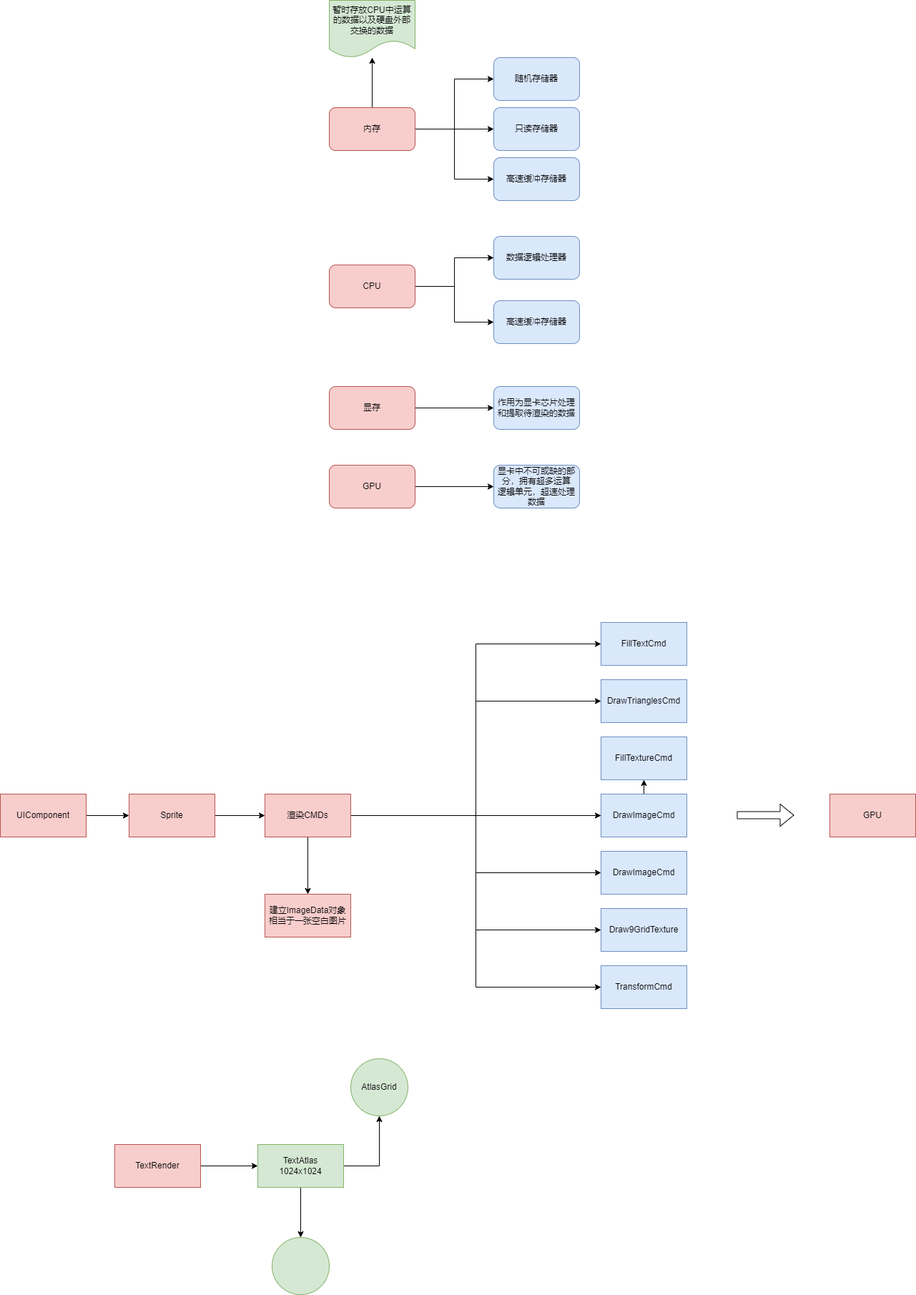
Above: 未命名绘图.drawio.png in nikeoboy/mahjong (draw.io), before the change. Source tidied: cells renumbered, new cells last; positions are measured from the earlier drawing's top-left corner, leaving out a move shared by most shapes.
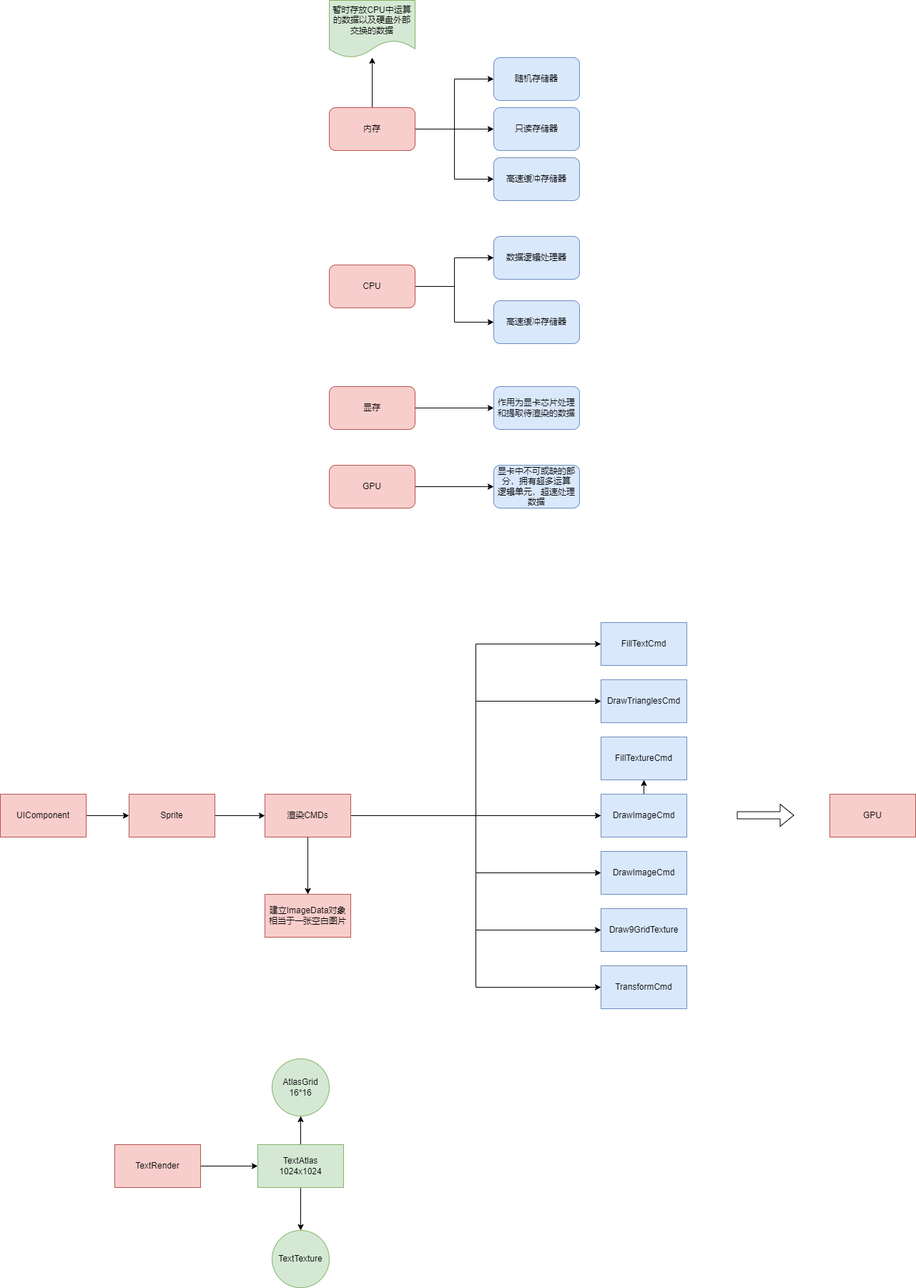
The same file after the commit.

Commit message:
更新未命名绘图.drawio.png

The edit, as a diff of the source:
```diff
@@ -149,11 +149,11 @@
     <mxCell id="49" value="TextAtlas&lt;br&gt;1024x1024" style="whiteSpace=wrap;html=1;fillColor=#d5e8d4;strokeColor=#82b366;rounded=0;" parent="1" vertex="1">
       <mxGeometry x="360" y="1600" width="120" height="60" as="geometry" />
     </mxCell>
-    <mxCell id="50" value="AtlasGrid" style="ellipse;whiteSpace=wrap;html=1;fillColor=#d5e8d4;strokeColor=#82b366;rounded=0;" parent="1" vertex="1">
-      <mxGeometry x="490" y="1480" width="80" height="80" as="geometry" />
+    <mxCell id="50" value="AtlasGrid&lt;br&gt;16*16" style="ellipse;whiteSpace=wrap;html=1;fillColor=#d5e8d4;strokeColor=#82b366;rounded=0;" parent="1" vertex="1">
+      <mxGeometry x="380" y="1480" width="80" height="80" as="geometry" />
     </mxCell>
-    <mxCell id="51" style="ellipse;whiteSpace=wrap;html=1;fillColor=#d5e8d4;strokeColor=#82b366;rounded=0;" parent="1" vertex="1">
-      <mxGeometry x="380" y="1730" width="80" height="80" as="geometry" />
+    <mxCell id="51" value="TextTexture" style="ellipse;whiteSpace=wrap;html=1;fillColor=#d5e8d4;strokeColor=#82b366;rounded=0;" parent="1" vertex="1">
+      <mxGeometry x="380" y="1720" width="80" height="80" as="geometry" />
     </mxCell>
   </root>
 </mxGraphModel>
```
